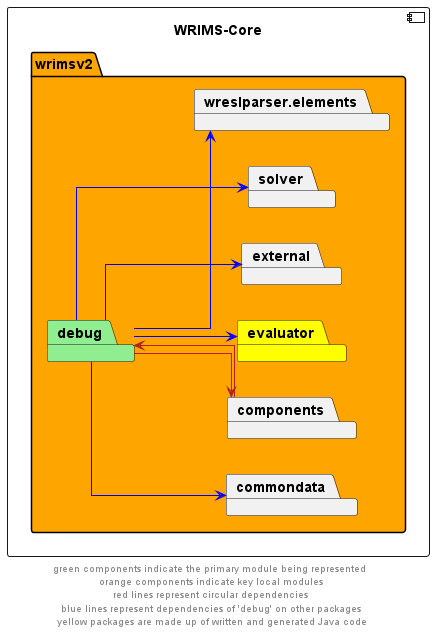
Earlier version of the PlantUML export docs/diagrams/wrims-core/wrims-core_debug.png (CentralValleyModeling/wrims-engine).
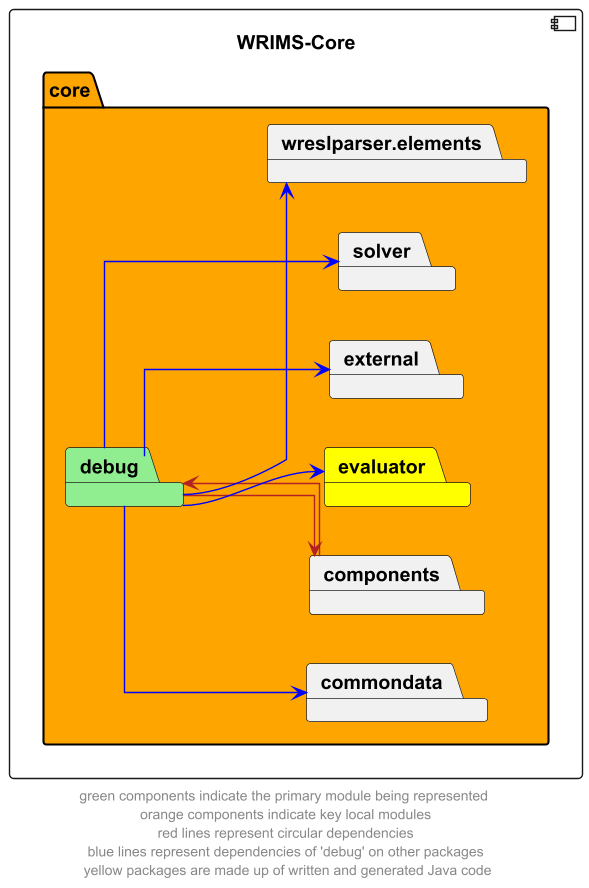
The same diagram one commit later.

Change to the diagram source:
```diff
@@ -3,7 +3,7 @@
 skinparam linetype ortho
 
 component wrims_core as "WRIMS-Core" {
-    package wrimsv2 #orange{
+    package core #orange{
         package debug #lightgreen
     package commondata
     package components
```
